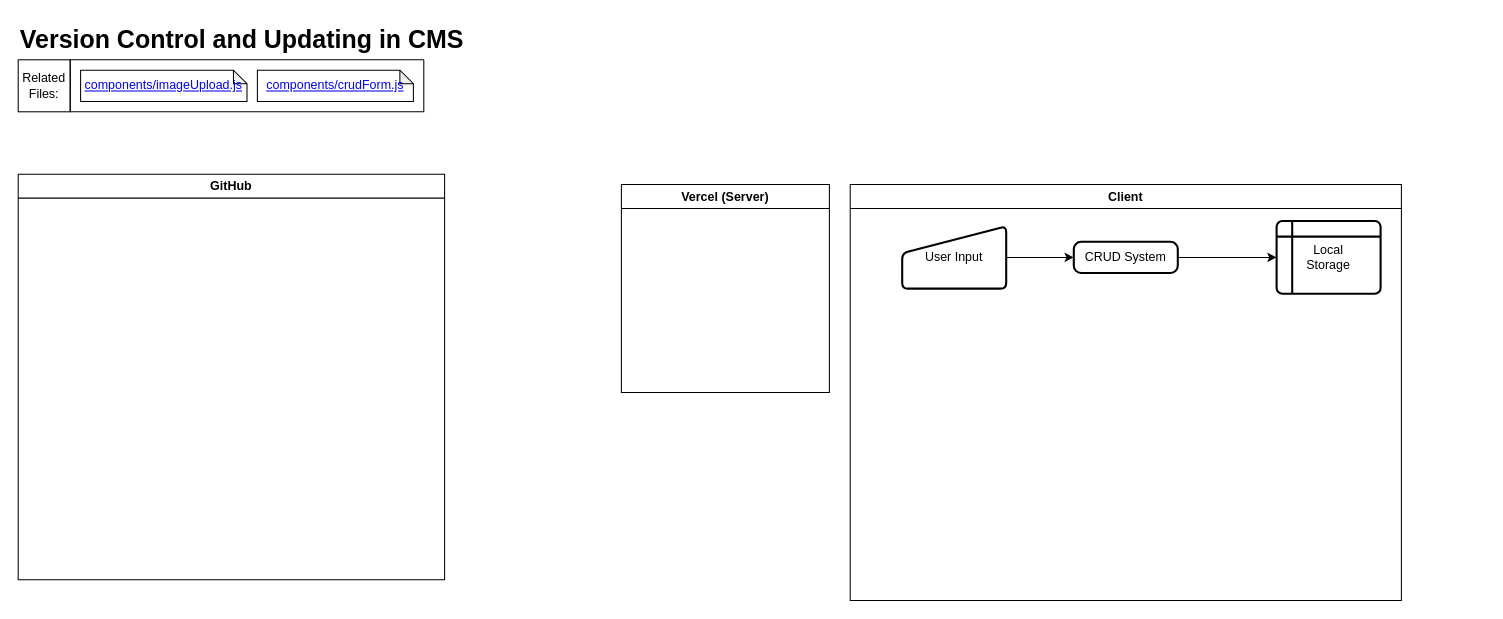
Before: Version_Control.drawio in macglencoe/diagrams, a draw.io diagram. Source tidied: cells renumbered, new cells numbered last; positions are measured from the earlier drawing's top-left corner, leaving out a move shared by most shapes. Both pictures are drawn from the tidied source at 104%, with x=0, y=0 at pixel (18, 18).
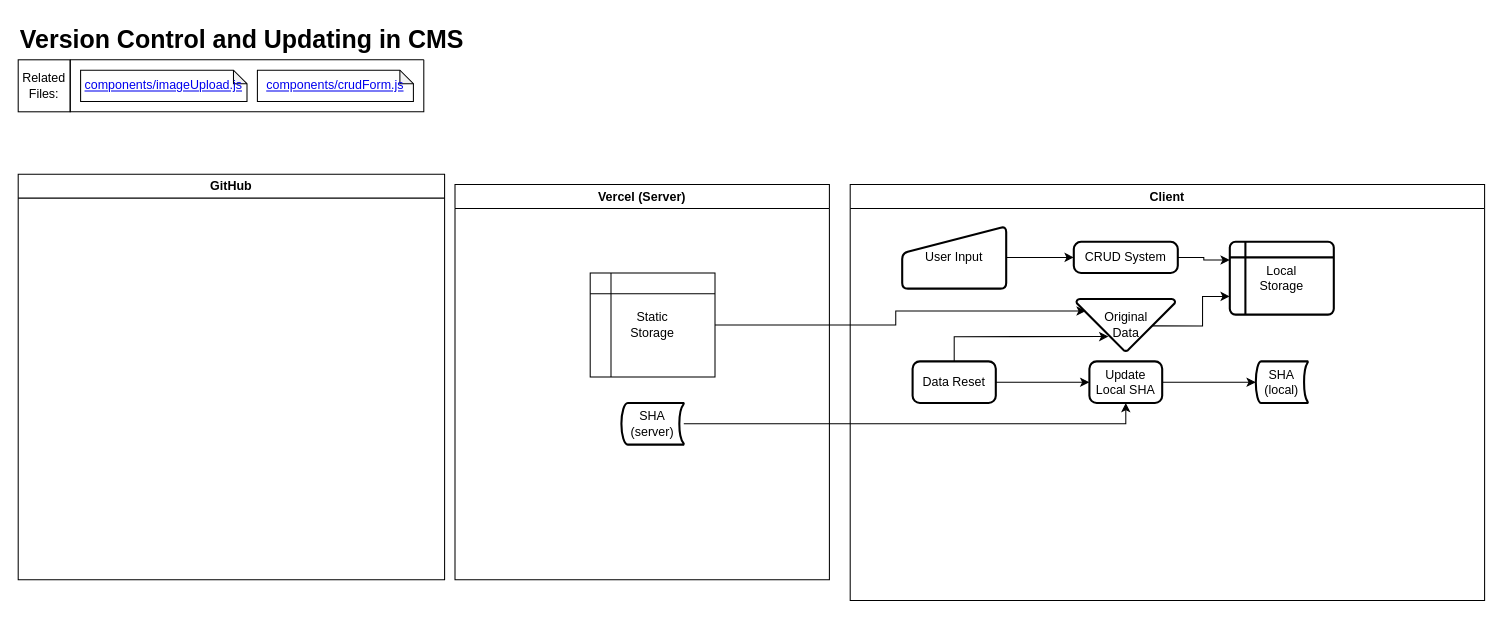
After the change.

The change refers to these unchanged cells:
```xml
<mxCell id="14" value="CRUD System" style="rounded=1;whiteSpace=wrap;html=1;absoluteArcSize=1;arcSize=14;strokeWidth=2;" parent="9" vertex="1">
  <mxGeometry x="215" y="55" width="100" height="30" as="geometry" />
</mxCell>
```

The edit, as a diff of the source:
```diff
@@
     <mxCell id="8" value="Vercel (Server)" style="swimlane;whiteSpace=wrap;html=1;" parent="1" vertex="1">
-      <mxGeometry x="580" y="160" width="200" height="200" as="geometry" />
+      <mxGeometry x="420" y="160" width="360" height="380" as="geometry" />
     </mxCell>
+    <mxCell id="15" value="Static&lt;div&gt;Storage&lt;/div&gt;" style="shape=internalStorage;whiteSpace=wrap;html=1;backgroundOutline=1;" parent="8" vertex="1">
+      <mxGeometry x="130" y="85" width="120" height="100" as="geometry" />
+    </mxCell>
+    <mxCell id="16" value="SHA&lt;div&gt;(server)&lt;/div&gt;" style="strokeWidth=2;html=1;shape=mxgraph.flowchart.stored_data;whiteSpace=wrap;" parent="8" vertex="1">
+      <mxGeometry x="160" y="210" width="60" height="40" as="geometry" />
+    </mxCell>
     <mxCell id="9" value="Client" style="swimlane;whiteSpace=wrap;html=1;" parent="1" vertex="1">
-      <mxGeometry x="800" y="160" width="530" height="400" as="geometry" />
+      <mxGeometry x="800" y="160" width="610" height="400" as="geometry" />
     </mxCell>
     <mxCell id="10" value="Local&lt;div&gt;Storage&lt;/div&gt;" style="shape=internalStorage;whiteSpace=wrap;html=1;dx=15;dy=15;rounded=1;arcSize=8;strokeWidth=2;" parent="9" vertex="1">
-      <mxGeometry x="410" y="35" width="100" height="70" as="geometry" />
+      <mxGeometry x="365" y="55" width="100" height="70" as="geometry" />
     </mxCell>
@@
-    <mxCell id="13" style="edgeStyle=orthogonalEdgeStyle;rounded=0;jettySize=auto;html=1;entryX=0;entryY=0.5;entryDx=0;entryDy=0;" parent="9" edge="1" source="14" target="10">
+    <mxCell id="13" style="edgeStyle=orthogonalEdgeStyle;rounded=0;jettySize=auto;html=1;entryX=0;entryY=0.25;entryDx=0;entryDy=0;" parent="9" edge="1" source="14" target="10">
       <mxGeometry relative="1" as="geometry" />
     </mxCell>
@@
+    <mxCell id="17" value="Update Local SHA" style="rounded=1;whiteSpace=wrap;html=1;absoluteArcSize=1;arcSize=14;strokeWidth=2;" parent="9" vertex="1">
+      <mxGeometry x="230" y="170" width="70" height="40" as="geometry" />
+    </mxCell>
+    <mxCell id="18" value="SHA&lt;div&gt;(local)&lt;/div&gt;" style="strokeWidth=2;html=1;shape=mxgraph.flowchart.stored_data;whiteSpace=wrap;" parent="9" vertex="1">
+      <mxGeometry x="390" y="170" width="50" height="40" as="geometry" />
+    </mxCell>
+    <mxCell id="19" style="edgeStyle=orthogonalEdgeStyle;rounded=0;jettySize=auto;html=1;entryX=0;entryY=0.5;entryDx=0;entryDy=0;entryPerimeter=0;" parent="9" edge="1" source="17" target="18">
+      <mxGeometry relative="1" as="geometry" />
+    </mxCell>
+    <mxCell id="20" style="edgeStyle=orthogonalEdgeStyle;rounded=0;jettySize=auto;html=1;entryX=0;entryY=0.5;entryDx=0;entryDy=0;" parent="9" edge="1" source="21" target="17">
+      <mxGeometry relative="1" as="geometry" />
+    </mxCell>
+    <mxCell id="21" value="Data Reset" style="rounded=1;whiteSpace=wrap;html=1;absoluteArcSize=1;arcSize=14;strokeWidth=2;" parent="9" vertex="1">
+      <mxGeometry x="60" y="170" width="80" height="40" as="geometry" />
+    </mxCell>
+    <mxCell id="22" style="edgeStyle=orthogonalEdgeStyle;rounded=0;jettySize=auto;html=1;entryX=0;entryY=0.75;entryDx=0;entryDy=0;exitX=0.769;exitY=0.517;exitDx=0;exitDy=0;exitPerimeter=0;" parent="9" edge="1" source="23" target="10">
+      <mxGeometry relative="1" as="geometry" />
+    </mxCell>
+    <mxCell id="23" value="Original&lt;div&gt;Data&lt;/div&gt;" style="strokeWidth=2;html=1;shape=mxgraph.flowchart.merge_or_storage;whiteSpace=wrap;" parent="9" vertex="1">
+      <mxGeometry x="217.5" y="110" width="95" height="50" as="geometry" />
+    </mxCell>
+    <mxCell id="24" style="edgeStyle=orthogonalEdgeStyle;rounded=0;jettySize=auto;html=1;entryX=0.324;entryY=0.723;entryDx=0;entryDy=0;entryPerimeter=0;" parent="9" edge="1" source="21" target="23">
+      <mxGeometry relative="1" as="geometry">
+        <Array as="points">
+          <mxPoint x="100" y="146" />
+        </Array>
+      </mxGeometry>
+    </mxCell>
+    <mxCell id="25" style="edgeStyle=orthogonalEdgeStyle;rounded=0;jettySize=auto;html=1;entryX=0.095;entryY=0.231;entryDx=0;entryDy=0;entryPerimeter=0;" parent="1" edge="1" source="15" target="23">
+      <mxGeometry relative="1" as="geometry" />
+    </mxCell>
+    <mxCell id="26" style="edgeStyle=orthogonalEdgeStyle;rounded=0;jettySize=auto;html=1;entryX=0.5;entryY=1;entryDx=0;entryDy=0;" parent="1" edge="1" source="16" target="17">
+      <mxGeometry relative="1" as="geometry" />
+    </mxCell>
```
